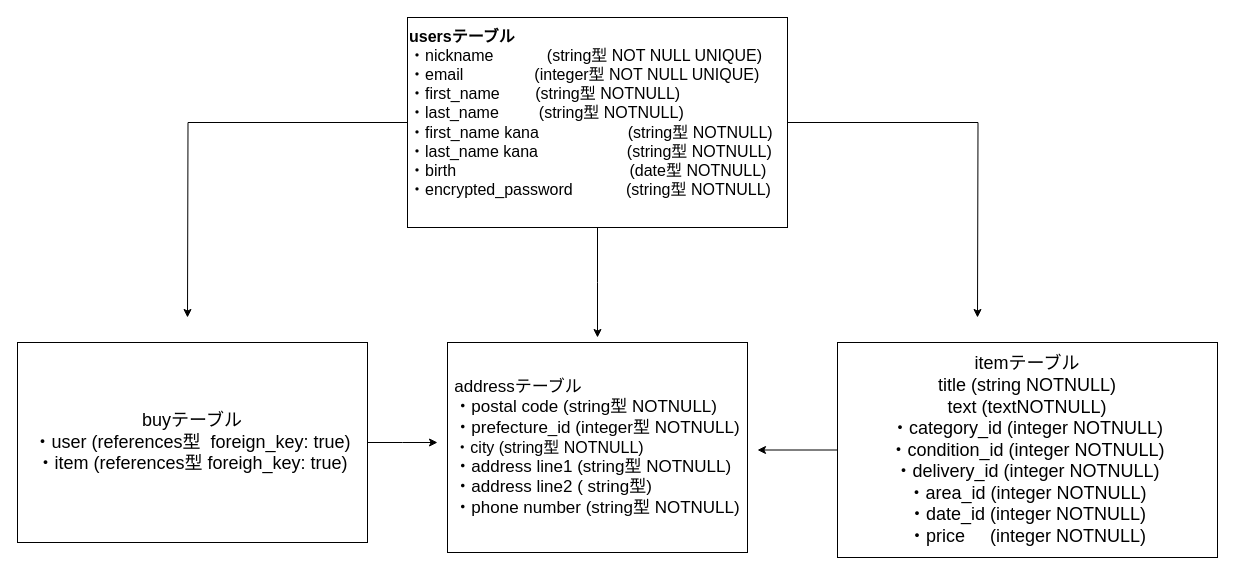
Earlier version of the draw.io diagram test.dio (Anemone0203/furima-33033). Source tidied: cells renumbered, new cells numbered last; positions are measured from the earlier drawing's top-left corner, leaving out a move shared by most shapes. Both pictures are drawn from the tidied source at 100%, with x=0, y=0 at pixel (17, 17).
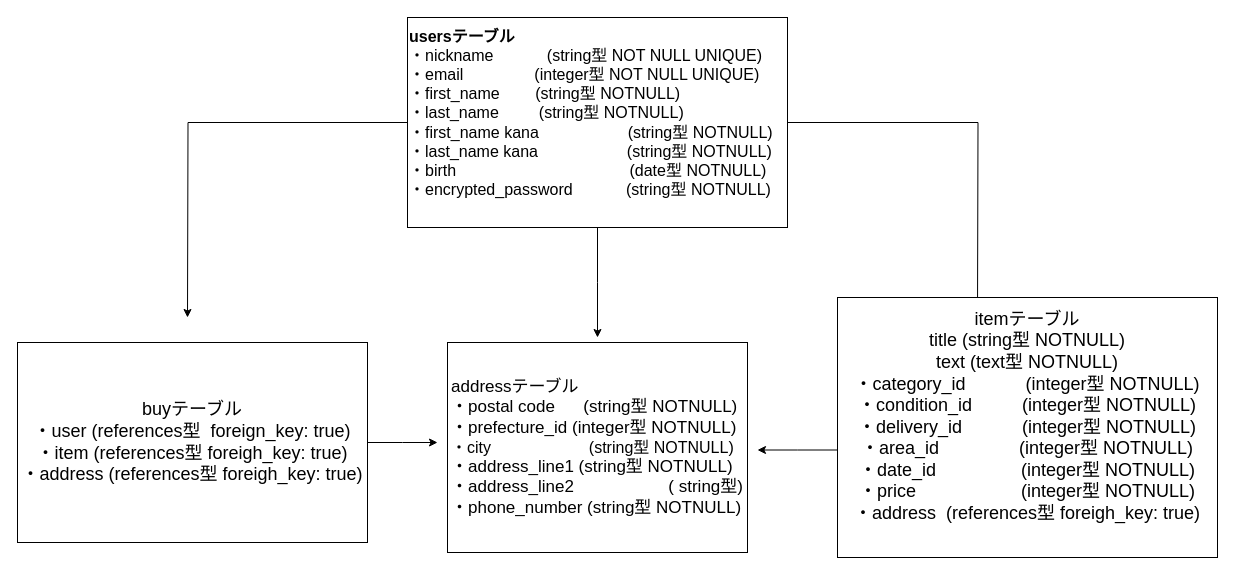
The same diagram, later.

Diff of the diagram source:
```diff
@@
 <mxGraphModel>
   <root>
     <mxCell id="0" />
     <mxCell id="1" parent="0" />
     <mxCell id="2" style="edgeStyle=orthogonalEdgeStyle;rounded=0;jettySize=auto;html=1;" parent="1" edge="1" source="5">
       <mxGeometry relative="1" as="geometry">
         <mxPoint x="960" y="300" as="targetPoint" />
       </mxGeometry>
     </mxCell>
     <mxCell id="3" style="edgeStyle=orthogonalEdgeStyle;rounded=0;jettySize=auto;html=1;" parent="1" edge="1" source="5">
       <mxGeometry relative="1" as="geometry">
         <mxPoint x="170" y="300" as="targetPoint" />
       </mxGeometry>
     </mxCell>
     <mxCell id="4" style="edgeStyle=orthogonalEdgeStyle;rounded=0;jettySize=auto;html=1;exitX=0.5;exitY=1;exitDx=0;exitDy=0;" parent="1" edge="1" source="5">
       <mxGeometry relative="1" as="geometry">
         <mxPoint x="580" y="320" as="targetPoint" />
       </mxGeometry>
     </mxCell>
     <mxCell id="5" value="&lt;font style=&quot;font-size: 16px&quot;&gt;&lt;b&gt;usersテーブル&lt;/b&gt;&lt;br&gt;・nickname&amp;nbsp; &amp;nbsp; &amp;nbsp; &amp;nbsp; &amp;nbsp; &amp;nbsp; (string型 NOT NULL UNIQUE)&lt;br&gt;・email&amp;nbsp; &amp;nbsp; &amp;nbsp; &amp;nbsp; &amp;nbsp; &amp;nbsp; &amp;nbsp; &amp;nbsp; (integer型 NOT NULL UNIQUE)&lt;br&gt;・first_name&amp;nbsp; &amp;nbsp; &amp;nbsp; &amp;nbsp; (string型 NOTNULL)&lt;br&gt;・last_name&amp;nbsp; &amp;nbsp; &amp;nbsp; &amp;nbsp; &amp;nbsp;(string型 NOTNULL)&lt;br&gt;・first_name kana&amp;nbsp; &amp;nbsp; &amp;nbsp; &amp;nbsp; &amp;nbsp; &amp;nbsp; &amp;nbsp; &amp;nbsp; &amp;nbsp; &amp;nbsp; (string型 NOTNULL)&lt;br&gt;・last_name kana&amp;nbsp; &amp;nbsp; &amp;nbsp; &amp;nbsp; &amp;nbsp; &amp;nbsp; &amp;nbsp; &amp;nbsp; &amp;nbsp; &amp;nbsp; (string型 NOTNULL)&lt;br&gt;・birth&amp;nbsp; &amp;nbsp; &amp;nbsp; &amp;nbsp; &amp;nbsp; &amp;nbsp; &amp;nbsp; &amp;nbsp; &amp;nbsp; &amp;nbsp; &amp;nbsp; &amp;nbsp; &amp;nbsp; &amp;nbsp; &amp;nbsp; &amp;nbsp; &amp;nbsp; &amp;nbsp; &amp;nbsp; &amp;nbsp;(date型 NOTNULL)&lt;br&gt;・encrypted_password&amp;nbsp; &amp;nbsp; &amp;nbsp; &amp;nbsp; &amp;nbsp; &amp;nbsp; (string型 NOTNULL)&lt;br&gt;&lt;br&gt;&lt;/font&gt;" style="rounded=0;whiteSpace=wrap;html=1;align=left;" parent="1" vertex="1">
       <mxGeometry x="390" width="380" height="210" as="geometry" />
     </mxCell>
     <mxCell id="6" style="edgeStyle=orthogonalEdgeStyle;rounded=0;jettySize=auto;html=1;" parent="1" edge="1" source="7">
       <mxGeometry relative="1" as="geometry">
         <mxPoint x="420" y="425" as="targetPoint" />
       </mxGeometry>
     </mxCell>
-    <mxCell id="7" value="&lt;font style=&quot;font-size: 18px&quot;&gt;&lt;span&gt;buyテーブル&lt;/span&gt;&lt;br&gt;&lt;span&gt;・user (references型&amp;nbsp; foreign_key: true)&lt;br&gt;&lt;/span&gt;・item (references型 foreigh_key: true)&lt;/font&gt;" style="rounded=0;whiteSpace=wrap;html=1;align=center;" parent="1" vertex="1">
+    <mxCell id="7" value="&lt;font style=&quot;font-size: 18px&quot;&gt;&lt;span&gt;buyテーブル&lt;/span&gt;&lt;br&gt;&lt;span&gt;・user (references型&amp;nbsp; foreign_key: true)&lt;br&gt;&lt;/span&gt;・item (references型 foreigh_key: true)&lt;br&gt;・address (references型 foreigh_key: true)&lt;br&gt;&lt;/font&gt;" style="rounded=0;whiteSpace=wrap;html=1;align=center;" parent="1" vertex="1">
       <mxGeometry y="325" width="350" height="200" as="geometry" />
     </mxCell>
     <mxCell id="8" style="edgeStyle=orthogonalEdgeStyle;rounded=0;jettySize=auto;html=1;" parent="1" edge="1" source="9">
       <mxGeometry relative="1" as="geometry">
         <mxPoint x="740" y="432.5" as="targetPoint" />
+        <Array as="points">
+          <mxPoint x="780" y="433" />
+        </Array>
       </mxGeometry>
     </mxCell>
-    <mxCell id="9" value="&lt;font style=&quot;font-size: 18px&quot;&gt;itemテーブル&lt;br&gt;title (string NOTNULL)&lt;br&gt;text (textNOTNULL)&lt;br&gt;・category_id (integer NOTNULL)&lt;br&gt;・condition_id (integer NOTNULL)&lt;br&gt;・delivery_id (integer NOTNULL)&lt;br&gt;・area_id (integer NOTNULL)&lt;br&gt;・date_id (integer NOTNULL)&lt;br&gt;・price&amp;nbsp; &amp;nbsp; &amp;nbsp;(integer NOTNULL)&lt;/font&gt;" style="rounded=0;whiteSpace=wrap;html=1;" parent="1" vertex="1">
-      <mxGeometry x="820" y="325" width="380" height="215" as="geometry" />
+    <mxCell id="9" value="&lt;font style=&quot;font-size: 18px&quot;&gt;itemテーブル&lt;br&gt;title (string型 NOTNULL)&lt;br&gt;text (text型 NOTNULL)&lt;br&gt;・category_id&amp;nbsp; &amp;nbsp; &amp;nbsp; &amp;nbsp; &amp;nbsp; &amp;nbsp; (integer型 NOTNULL)&lt;br&gt;・condition_id&amp;nbsp; &amp;nbsp; &amp;nbsp; &amp;nbsp; &amp;nbsp; (integer型 NOTNULL)&lt;br&gt;・delivery_id&amp;nbsp; &amp;nbsp; &amp;nbsp; &amp;nbsp; &amp;nbsp; &amp;nbsp; (integer型 NOTNULL)&lt;br&gt;・area_id&amp;nbsp; &amp;nbsp; &amp;nbsp; &amp;nbsp; &amp;nbsp; &amp;nbsp; &amp;nbsp; &amp;nbsp; (integer型 NOTNULL)&lt;br&gt;・date_id&amp;nbsp; &amp;nbsp; &amp;nbsp; &amp;nbsp; &amp;nbsp; &amp;nbsp; &amp;nbsp; &amp;nbsp; &amp;nbsp;(integer型 NOTNULL)&lt;br&gt;・price&amp;nbsp; &amp;nbsp; &amp;nbsp; &amp;nbsp; &amp;nbsp; &amp;nbsp; &amp;nbsp; &amp;nbsp; &amp;nbsp; &amp;nbsp; &amp;nbsp;(integer型 NOTNULL)&lt;br&gt;・address&amp;nbsp; (references型 foreigh_key: true)&lt;br&gt;&lt;br&gt;&lt;/font&gt;" style="rounded=0;whiteSpace=wrap;html=1;" parent="1" vertex="1">
+      <mxGeometry x="820" y="280" width="380" height="260" as="geometry" />
     </mxCell>
-    <mxCell id="10" value="&lt;div style=&quot;text-align: left&quot;&gt;&lt;span style=&quot;font-size: 17px&quot;&gt;addressテーブル&lt;/span&gt;&lt;/div&gt;&lt;span style=&quot;font-size: 17px&quot;&gt;&lt;div style=&quot;text-align: left&quot;&gt;&lt;span&gt;・postal code (string型 NOTNULL)&lt;/span&gt;&lt;/div&gt;&lt;/span&gt;&lt;span style=&quot;font-size: 17px&quot;&gt;&lt;div style=&quot;text-align: left&quot;&gt;&lt;span&gt;・prefecture_id (integer型 NOTNULL)&lt;/span&gt;&lt;/div&gt;&lt;/span&gt;&lt;span&gt;&lt;div style=&quot;text-align: left&quot;&gt;&lt;span&gt;&lt;font style=&quot;font-size: 16px&quot;&gt;・city (string型 NOTNULL)&lt;/font&gt;&lt;/span&gt;&lt;/div&gt;&lt;/span&gt;&lt;span style=&quot;font-size: 17px&quot;&gt;&lt;div style=&quot;text-align: left&quot;&gt;&lt;span&gt;・address line1 (string型 NOTNULL)&lt;/span&gt;&lt;/div&gt;&lt;/span&gt;&lt;span style=&quot;font-size: 17px&quot;&gt;&lt;div style=&quot;text-align: left&quot;&gt;&lt;span&gt;・address line2 ( string型)&lt;/span&gt;&lt;/div&gt;&lt;/span&gt;&lt;span style=&quot;font-size: 17px&quot;&gt;&lt;div style=&quot;text-align: left&quot;&gt;&lt;span&gt;・phone number (string型 NOTNULL)&lt;/span&gt;&lt;/div&gt;&lt;/span&gt;" style="rounded=0;whiteSpace=wrap;html=1;align=center;" parent="1" vertex="1">
+    <mxCell id="10" value="&lt;div style=&quot;text-align: left&quot;&gt;&lt;span style=&quot;font-size: 17px&quot;&gt;addressテーブル&lt;/span&gt;&lt;/div&gt;&lt;span style=&quot;font-size: 17px&quot;&gt;&lt;div style=&quot;text-align: left&quot;&gt;&lt;span&gt;・postal code&amp;nbsp; &amp;nbsp; &amp;nbsp; (string型 NOTNULL)&lt;/span&gt;&lt;/div&gt;&lt;/span&gt;&lt;span style=&quot;font-size: 17px&quot;&gt;&lt;div style=&quot;text-align: left&quot;&gt;&lt;span&gt;・prefecture_id (integer型 NOTNULL)&lt;/span&gt;&lt;/div&gt;&lt;/span&gt;&lt;span&gt;&lt;div style=&quot;text-align: left&quot;&gt;&lt;span&gt;&lt;font style=&quot;font-size: 16px&quot;&gt;・city&amp;nbsp; &amp;nbsp; &amp;nbsp; &amp;nbsp; &amp;nbsp; &amp;nbsp; &amp;nbsp; &amp;nbsp; &amp;nbsp; &amp;nbsp; &amp;nbsp; (string型 NOTNULL)&lt;/font&gt;&lt;/span&gt;&lt;/div&gt;&lt;/span&gt;&lt;span style=&quot;font-size: 17px&quot;&gt;&lt;div style=&quot;text-align: left&quot;&gt;&lt;span&gt;・address_line1 (string型 NOTNULL)&lt;/span&gt;&lt;/div&gt;&lt;/span&gt;&lt;span style=&quot;font-size: 17px&quot;&gt;&lt;div style=&quot;text-align: left&quot;&gt;&lt;span&gt;・address_line2&amp;nbsp; &amp;nbsp; &amp;nbsp; &amp;nbsp; &amp;nbsp; &amp;nbsp; &amp;nbsp; &amp;nbsp; &amp;nbsp; &amp;nbsp; ( string型)&lt;/span&gt;&lt;/div&gt;&lt;/span&gt;&lt;span style=&quot;font-size: 17px&quot;&gt;&lt;div style=&quot;text-align: left&quot;&gt;&lt;span&gt;・phone_number (string型 NOTNULL)&lt;/span&gt;&lt;/div&gt;&lt;/span&gt;" style="rounded=0;whiteSpace=wrap;html=1;align=center;" parent="1" vertex="1">
       <mxGeometry x="430" y="325" width="300" height="210" as="geometry" />
     </mxCell>
   </root>
 </mxGraphModel>
```
